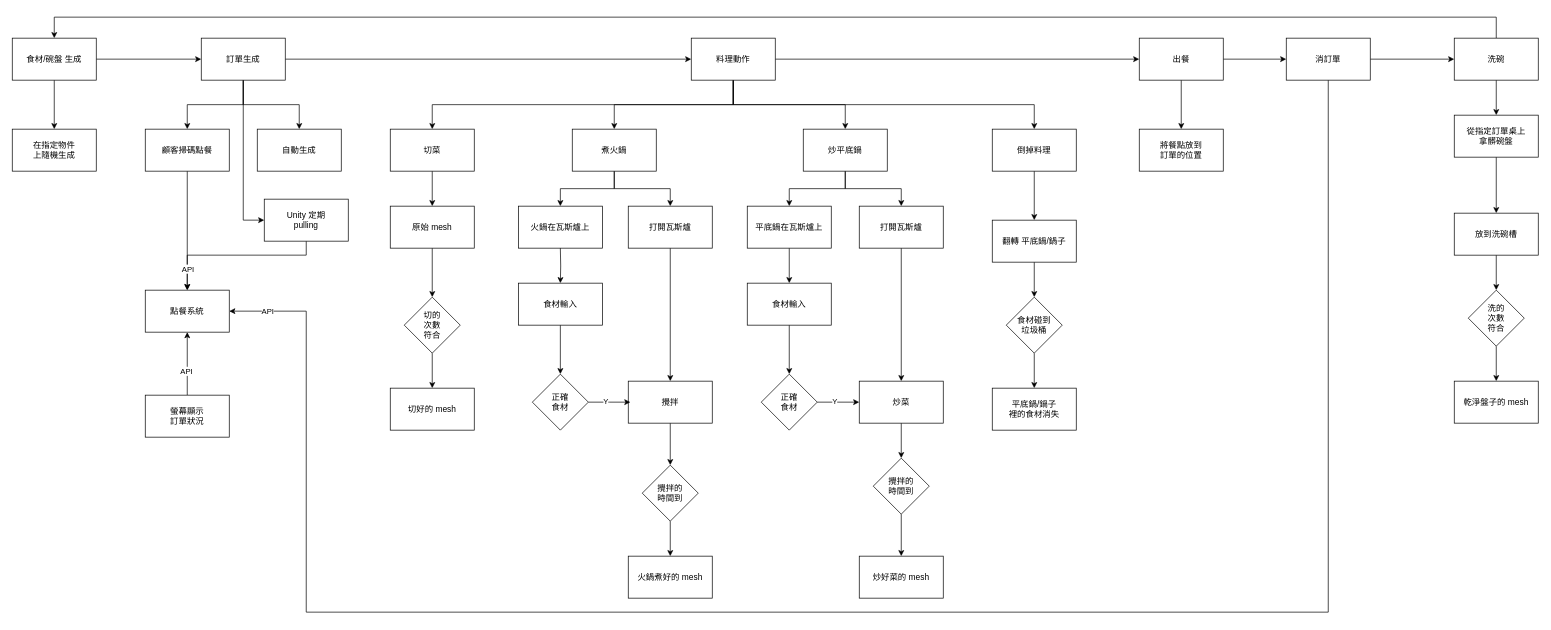
The draw.io diagram Docs/workflow.drawio in tommygood/Overcooked-MR, before the edit. Source tidied: cells renumbered, new cells numbered last; positions are measured from the earlier drawing's top-left corner, leaving out a move shared by most shapes. Both pictures are drawn from the tidied source at 70%, with x=0, y=0 at pixel (12, 17).
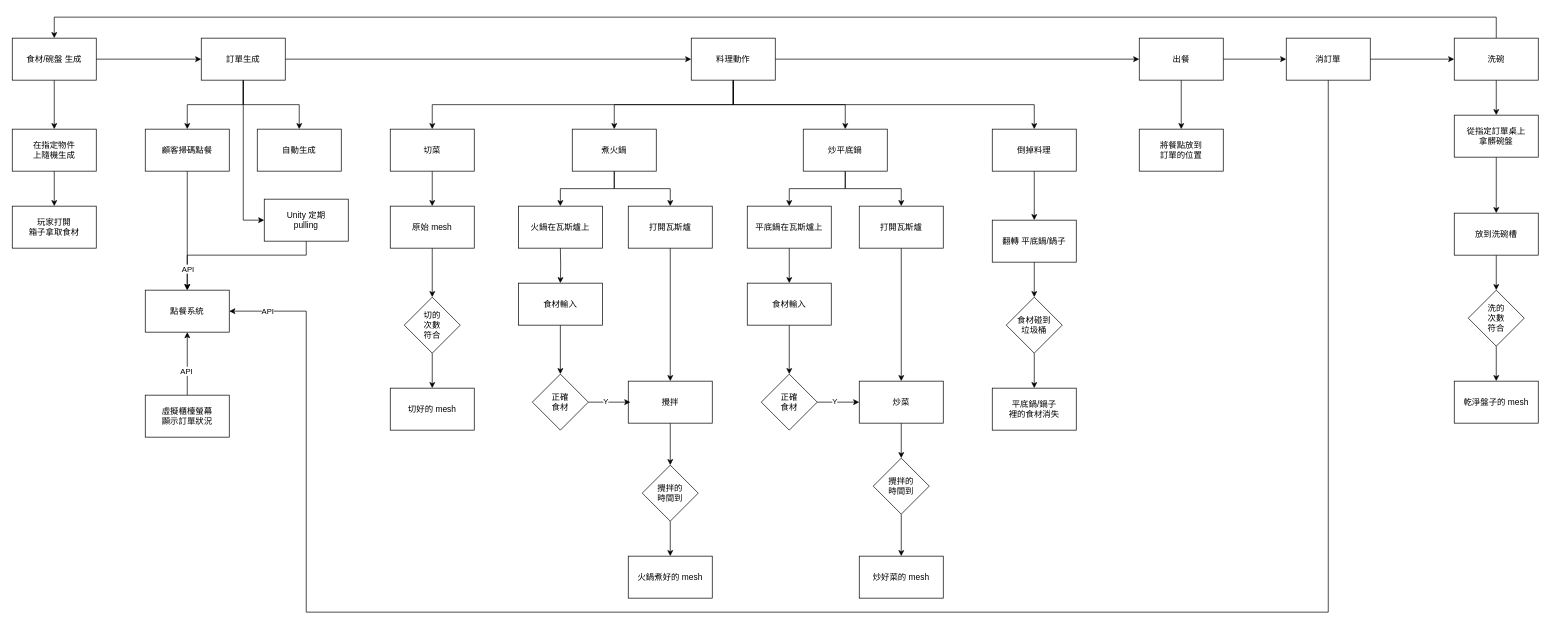
After the change.

The change refers to these unchanged cells:
```xml
<mxCell id="6" value="在指定物件&lt;div&gt;上隨機生成&lt;/div&gt;" style="rounded=0;whiteSpace=wrap;html=1;" parent="1" vertex="1">
  <mxGeometry y="160" width="120" height="60" as="geometry" />
</mxCell>
```

Diff of the diagram source:
```diff
@@
+    <mxCell id="93" style="edgeStyle=orthogonalEdgeStyle;rounded=0;jettySize=auto;html=1;exitX=0.5;exitY=1;exitDx=0;exitDy=0;" parent="1" edge="1" source="6" target="94">
+      <mxGeometry relative="1" as="geometry" />
+    </mxCell>
@@
-    <mxCell id="70" value="螢幕顯示&lt;div&gt;訂單狀況&lt;/div&gt;" style="rounded=0;whiteSpace=wrap;html=1;" parent="1" vertex="1">
+    <mxCell id="70" value="虛擬櫃檯螢幕&lt;div&gt;顯示&lt;span style=&quot;background-color: transparent; color: light-dark(rgb(0, 0, 0), rgb(255, 255, 255));&quot;&gt;訂單狀況&lt;/span&gt;&lt;/div&gt;" style="rounded=0;whiteSpace=wrap;html=1;" parent="1" vertex="1">
       <mxGeometry x="190" y="540" width="120" height="60" as="geometry" />
     </mxCell>
@@
+    <mxCell id="94" value="玩家打開&lt;div&gt;箱子拿取食材&lt;/div&gt;" style="rounded=0;whiteSpace=wrap;html=1;" parent="1" vertex="1">
+      <mxGeometry y="270" width="120" height="60" as="geometry" />
+    </mxCell>
```
